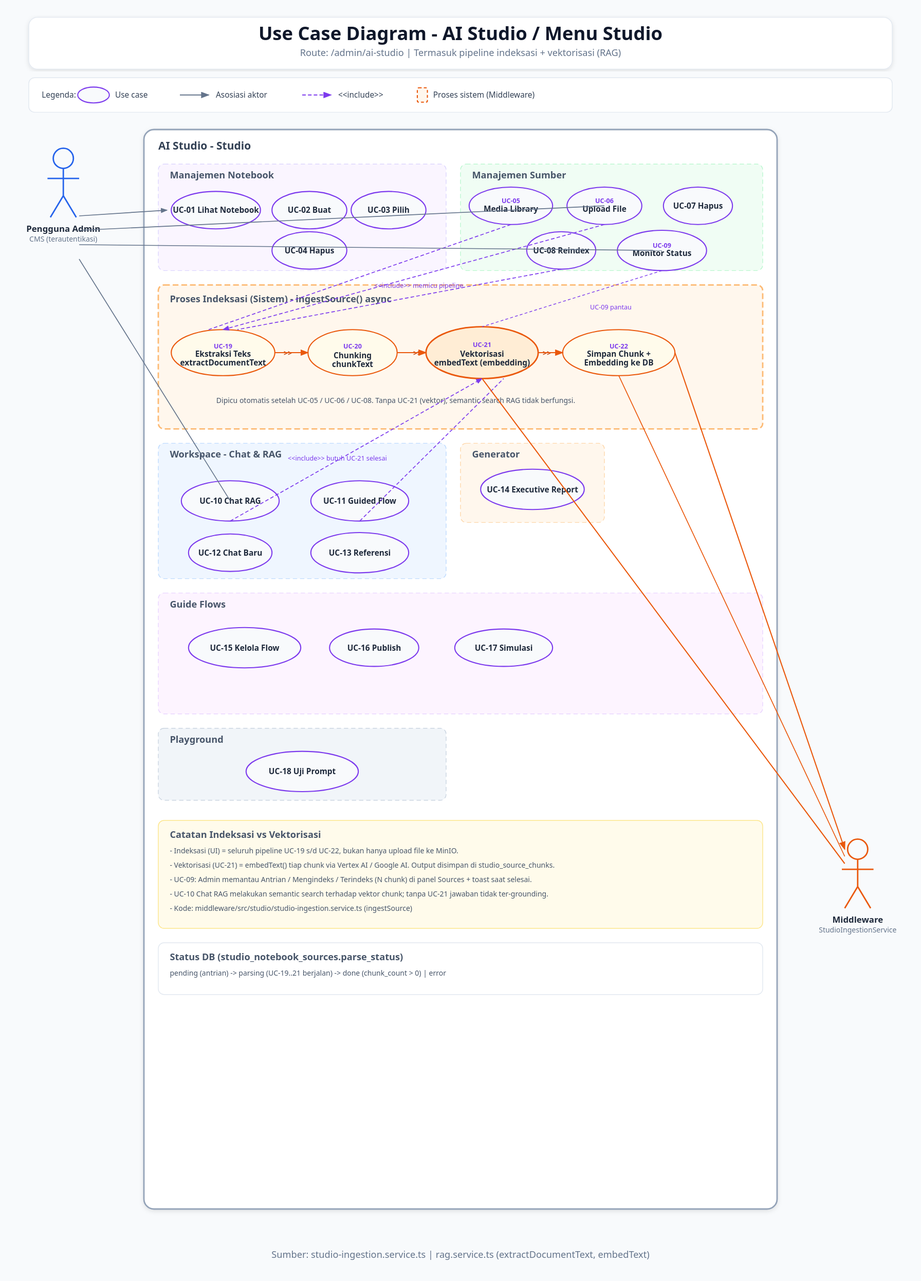
Before: docs/aistudio/studio/use-case-diagram.svg, a diagram exported from PlantUML (nusantarasoft/juragan-aibuilder-cup). Its source is kept beside it as docs/aistudio/studio/use-case-diagram.puml. Source of this version:
```plantuml
@startuml ai-studio-studio-use-case
left to right direction
skinparam packageStyle rectangle
skinparam actorStyle awesome
skinparam usecase {
  BackgroundColor #f8fafc
  BorderColor #7c3aed
  FontSize 12
}
skinparam rectangle {
  BorderColor #94a3b8
  BackgroundColor #ffffff
}

title AI Studio — Menu Studio\nUse Case Diagram (/admin/ai-studio)

actor "Pengguna Admin" as Admin
actor "Middleware\n(StudioIngestionService)" as MW <<system>>

rectangle "AI Studio — Studio" {
  package "Manajemen Notebook" {
    usecase "UC-01\nLihat Daftar Notebook" as UC01
    usecase "UC-02\nBuat Notebook" as UC02
    usecase "UC-03\nPilih Notebook" as UC03
    usecase "UC-04\nHapus Notebook" as UC04
  }

  package "Manajemen Sumber Pengetahuan" {
    usecase "UC-05\nTambah Sumber\ndari Media Library" as UC05
    usecase "UC-06\nUpload File\nke Notebook" as UC06
    usecase "UC-07\nHapus Sumber" as UC07
    usecase "UC-08\nReindex Sumber" as UC08
    usecase "UC-09\nMonitor Status\nIndeksasi" as UC09
  }

  package "Proses Indeksasi (Sistem)" as PKG_IDX {
    usecase "UC-19\nEkstraksi Teks\n(extractDocumentText)" as UC19
    usecase "UC-20\nChunking Teks\n(chunkText)" as UC20
    usecase "UC-21\nVektorisasi\n(embedText)" as UC21
    usecase "UC-22\nSimpan Chunk +\nEmbedding ke DB" as UC22
  }

  package "Workspace — Chat & RAG" {
    usecase "UC-10\nChat RAG\n(Tanya Jawab Bebas)" as UC10
    usecase "UC-11\nChat Guided Flow" as UC11
    usecase "UC-12\nMulai Chat Baru" as UC12
    usecase "UC-13\nLihat Referensi\nSumber Jawaban" as UC13
  }

  package "Workspace — Generator" {
    usecase "UC-14\nGenerate\nExecutive Report" as UC14
  }

  package "Guide Flows" {
    usecase "UC-15\nKelola Guide Flow\n(buat / edit / hapus)" as UC15
    usecase "UC-16\nPublish Guide Flow" as UC16
    usecase "UC-17\nSimulasi Guide Flow" as UC17
  }

  package "Playground" {
    usecase "UC-18\nUji Prompt &\nKonfigurasi Model" as UC18
  }
}

Admin --> UC01
Admin --> UC02
Admin --> UC03
Admin --> UC04
Admin --> UC05
Admin --> UC06
Admin --> UC07
Admin --> UC08
Admin --> UC09
Admin --> UC10
Admin --> UC11
Admin --> UC12
Admin --> UC13
Admin --> UC14
Admin --> UC15
Admin --> UC16
Admin --> UC17
Admin --> UC18

UC05 ..> UC19 : <<include>>
UC06 ..> UC19 : <<include>>
UC08 ..> UC19 : <<include>>

UC19 ..> UC20 : <<include>>
UC20 ..> UC21 : <<include>>
UC21 ..> UC22 : <<include>>

UC09 ..> UC19 : <<include>>\n(monitor pipeline)

UC10 ..> UC09 : <<include>>
UC11 ..> UC09 : <<include>>
UC14 ..> UC09 : <<include>>
UC17 ..> UC09 : <<include>>
UC16 ..> UC11 : <<extend>>

MW --> UC19
MW --> UC20
MW --> UC21
MW --> UC22
MW --> UC10
MW --> UC11
MW --> UC14

note bottom of PKG_IDX
  Dipicu otomatis (async) setelah UC-05/06/08.
  Implementasi: StudioIngestionService.ingestSource()
  Status UI: pending -> parsing -> done/error
end note

note right of UC21
  Vektorisasi = embedding tiap chunk
  (Vertex AI / Google AI).
  Tanpa UC-21, RAG tidak berfungsi.
end note

note bottom of UC09
  Admin melihat progress di panel Sources:
  Antrian, Mengindeks, Terindeks (N chunk).
end note

@enduml
```
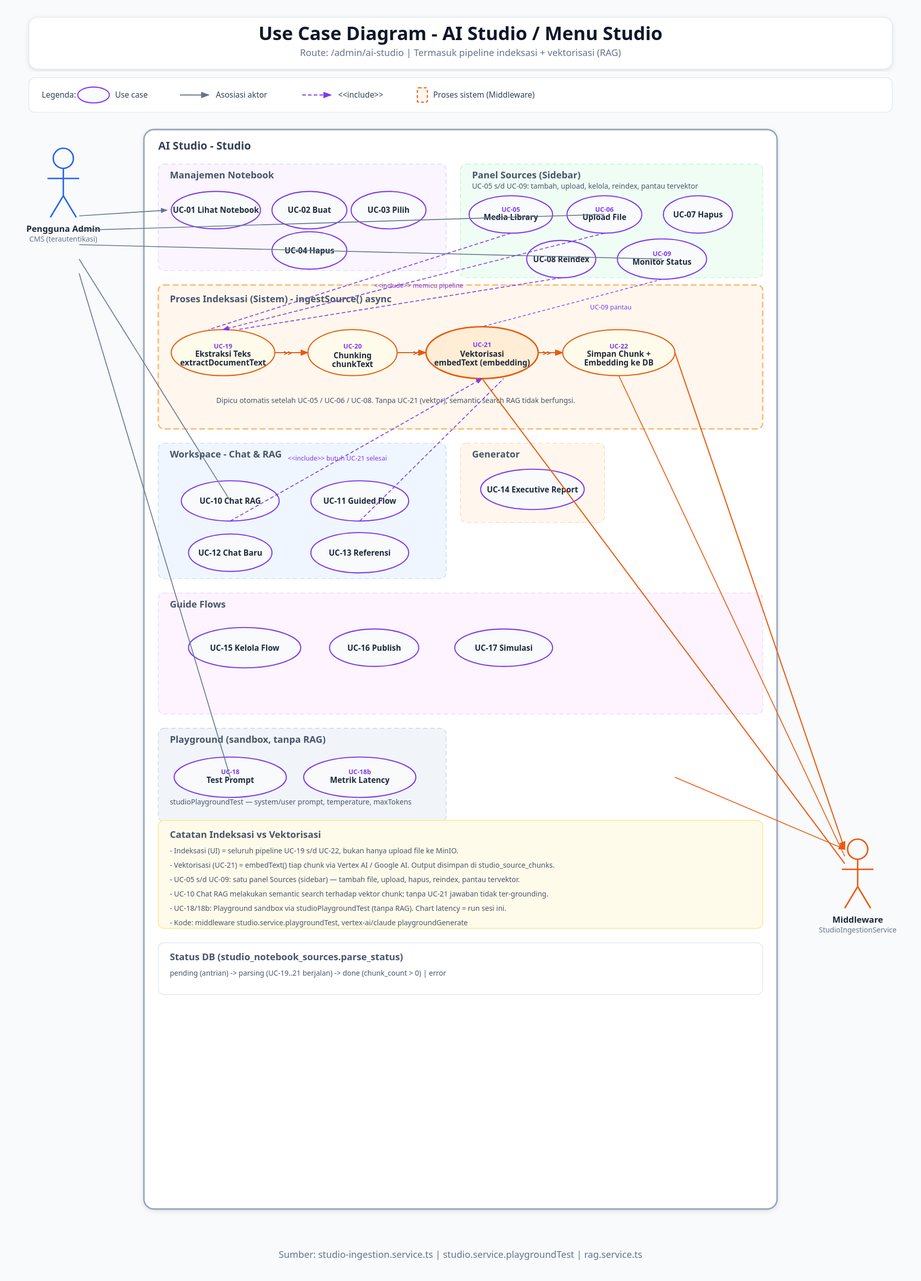
The same diagram one commit later.

Commit message:
feat: enhance AI Studio UI and documentation for source management

The edit, as a diff of the source:
```diff
@@ -25,7 +25,7 @@
     usecase "UC-04\nHapus Notebook" as UC04
   }
 
-  package "Manajemen Sumber Pengetahuan" {
+  package "Panel Sources (Sidebar)" {
     usecase "UC-05\nTambah Sumber\ndari Media Library" as UC05
     usecase "UC-06\nUpload File\nke Notebook" as UC06
     usecase "UC-07\nHapus Sumber" as UC07
@@ -59,6 +59,7 @@
 
   package "Playground" {
     usecase "UC-18\nUji Prompt &\nKonfigurasi Model" as UC18
+    usecase "UC-18b\nLihat Metrik\nLatency & Token" as UC18b
   }
 }
 
@@ -80,6 +81,7 @@
 Admin --> UC16
 Admin --> UC17
 Admin --> UC18
+Admin --> UC18b
 
 UC05 ..> UC19 : <<include>>
 UC06 ..> UC19 : <<include>>
@@ -104,6 +106,16 @@
 MW --> UC10
 MW --> UC11
 MW --> UC14
+MW --> UC18
+
+UC18 ..> UC18b : <<include>>\nsetelah test
+
+note bottom of UC18
+  Mutation studioPlaygroundTest:
+  system + user prompt, temperature, maxTokens.
+  Tanpa RAG / tanpa notebook sources.
+  Provider: STUDIO_AI_PROVIDER (Vertex/Google AI/Claude).
+end note
 
 note bottom of PKG_IDX
   Dipicu otomatis (async) setelah UC-05/06/08.
@@ -118,8 +130,8 @@
 end note
 
 note bottom of UC09
-  Admin melihat progress di panel Sources:
-  Antrian, Mengindeks, Terindeks (N chunk).
+  Semua UC-05 s/d UC-09 di panel Sources (sidebar):
+  tambah file, upload, hapus, reindex, pantau tervektor.
 end note
 
 @enduml
```
